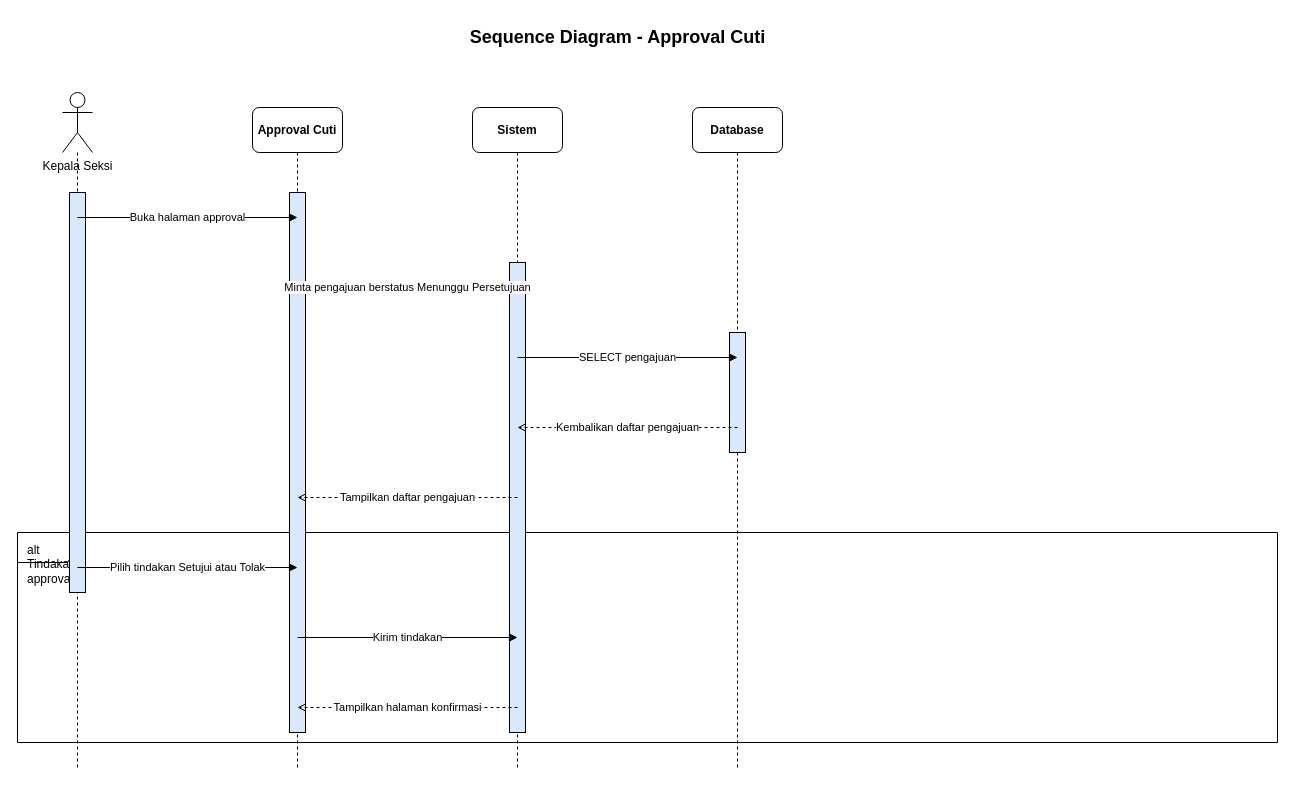
Above: page "approval_cuti_overview" (6 of 11) of diagram/sequence_diagram/sequence_rad_revised_v2.drawio in gdamar/laporan-ekinerja (draw.io), before the change. Source tidied: cells renumbered, new cells numbered last; positions are measured from the earlier drawing's top-left corner, leaving out a move shared by most shapes. Both pictures are drawn from the tidied source at 100%, with x=0, y=0 at pixel (17, 17).
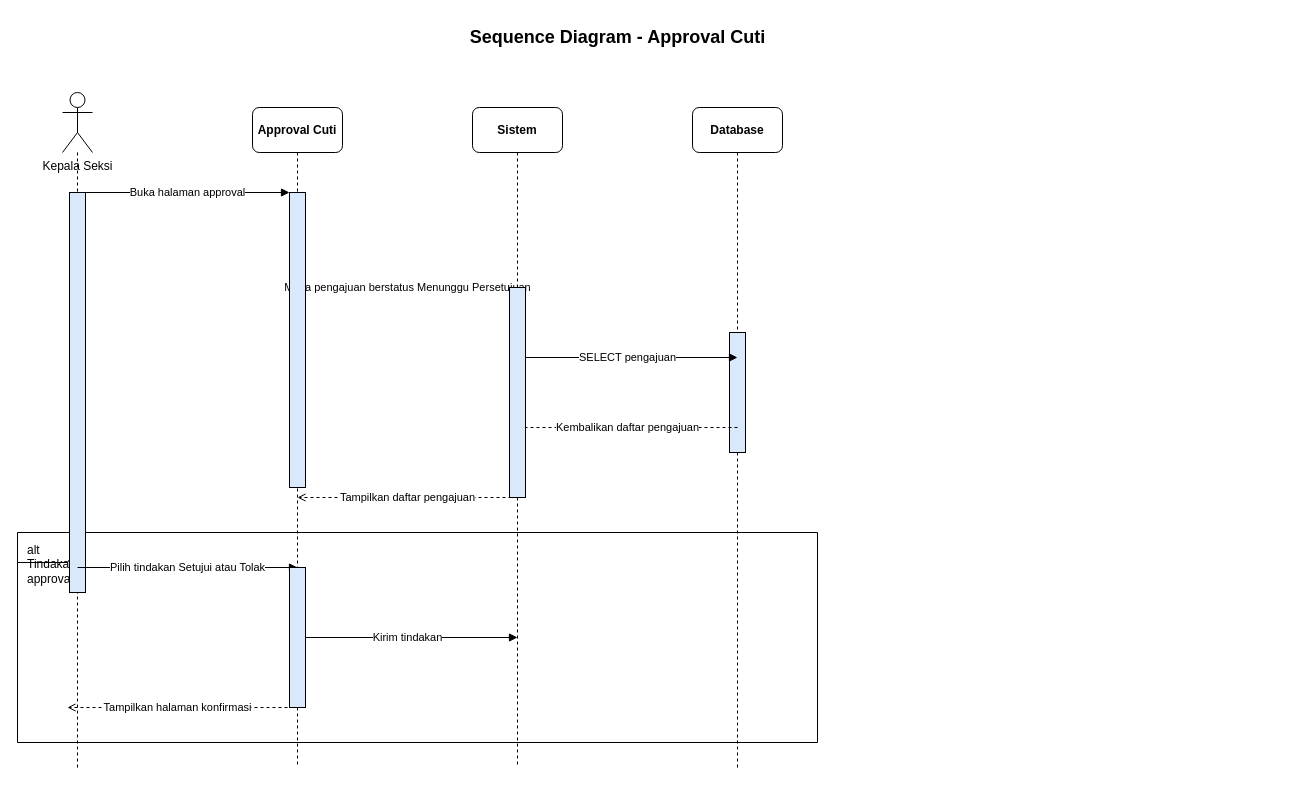
The same diagram, later.

The change refers to these unchanged cells:
```xml
<mxCell id="12" style="fillColor=#dae8fc;strokeColor=#000000;opacity=100;" parent="1" vertex="1">
  <mxGeometry x="52" y="175" width="16" height="400" as="geometry" />
</mxCell>
```

The edit, as a diff of the source:
```diff
@@
     <mxCell id="3" value="alt Tindakan approval" style="shape=umlFrame;whiteSpace=wrap;html=1;fillColor=none;strokeColor=#000000;fontColor=#000000;boundedLbl=1;verticalAlign=top;align=left;spacingLeft=8;spacingTop=4;" parent="1" vertex="1">
-      <mxGeometry y="515" width="1260" height="210" as="geometry" />
+      <mxGeometry y="515" width="800" height="210" as="geometry" />
     </mxCell>
@@
-    <mxCell id="7" style="edgeStyle=none;html=1;dashed=1;strokeColor=#000000;endArrow=none;" parent="1" edge="1">
+    <mxCell id="7" style="edgeStyle=none;html=1;dashed=1;strokeColor=#000000;endArrow=none;" parent="1" edge="1" source="25">
       <mxGeometry relative="1" as="geometry">
-        <mxPoint x="280" y="135" as="sourcePoint" />
         <mxPoint x="280" y="750" as="targetPoint" />
       </mxGeometry>
     </mxCell>
@@
-    <mxCell id="9" style="edgeStyle=none;html=1;dashed=1;strokeColor=#000000;endArrow=none;" parent="1" edge="1">
+    <mxCell id="9" style="edgeStyle=none;html=1;dashed=1;strokeColor=#000000;endArrow=none;" parent="1" edge="1" source="14">
       <mxGeometry relative="1" as="geometry">
-        <mxPoint x="500" y="135" as="sourcePoint" />
         <mxPoint x="500" y="750" as="targetPoint" />
       </mxGeometry>
     </mxCell>
@@
-    <mxCell id="13" style="fillColor=#dae8fc;strokeColor=#000000;opacity=100;" parent="1" vertex="1">
-      <mxGeometry x="272" y="175" width="16" height="540" as="geometry" />
-    </mxCell>
-    <mxCell id="14" style="fillColor=#dae8fc;strokeColor=#000000;opacity=100;" parent="1" vertex="1">
-      <mxGeometry x="492" y="245" width="16" height="470" as="geometry" />
-    </mxCell>
@@
-    <mxCell id="16" value="Buka halaman approval" style="edgeStyle=none;html=1;strokeColor=#000000;endArrow=block;endFill=1;" parent="1" edge="1">
-      <mxGeometry relative="1" as="geometry">
-        <mxPoint x="60" y="200" as="sourcePoint" />
-        <mxPoint x="280" y="200" as="targetPoint" />
-      </mxGeometry>
+    <mxCell id="16" value="Buka halaman approval" style="edgeStyle=none;html=1;strokeColor=#000000;endArrow=block;endFill=1;entryX=0;entryY=0;entryDx=0;entryDy=0;exitX=1;exitY=0;exitDx=0;exitDy=0;" parent="1" edge="1" source="12" target="13">
+      <mxGeometry relative="1" as="geometry" />
     </mxCell>
@@
+    <mxCell id="24" style="edgeStyle=none;html=1;dashed=1;strokeColor=#000000;endArrow=none;" parent="1" edge="1" target="25">
+      <mxGeometry relative="1" as="geometry">
+        <mxPoint x="280" y="135" as="sourcePoint" />
+      </mxGeometry>
+    </mxCell>
+    <mxCell id="25" style="fillColor=#dae8fc;strokeColor=#000000;opacity=100;" parent="1" vertex="1">
+      <mxGeometry x="272" y="550" width="16" height="140" as="geometry" />
+    </mxCell>
+    <mxCell id="26" style="edgeStyle=none;html=1;dashed=1;strokeColor=#000000;endArrow=none;" parent="1" edge="1" target="14">
+      <mxGeometry relative="1" as="geometry">
+        <mxPoint x="500" y="135" as="sourcePoint" />
+      </mxGeometry>
+    </mxCell>
+    <mxCell id="14" style="fillColor=#dae8fc;strokeColor=#000000;opacity=100;" parent="1" vertex="1">
+      <mxGeometry x="492" y="270" width="16" height="210" as="geometry" />
+    </mxCell>
     <mxCell id="23" value="Tampilkan halaman konfirmasi" style="edgeStyle=none;html=1;dashed=1;strokeColor=#000000;endArrow=open;endFill=0;" parent="1" edge="1">
       <mxGeometry relative="1" as="geometry">
-        <mxPoint x="500" y="690" as="sourcePoint" />
-        <mxPoint x="280" y="690" as="targetPoint" />
+        <mxPoint x="270" y="690" as="sourcePoint" />
+        <mxPoint x="50" y="690" as="targetPoint" />
       </mxGeometry>
     </mxCell>
+    <mxCell id="13" style="fillColor=#dae8fc;strokeColor=#000000;opacity=100;" parent="1" vertex="1">
+      <mxGeometry x="272" y="175" width="16" height="295" as="geometry" />
+    </mxCell>
```
